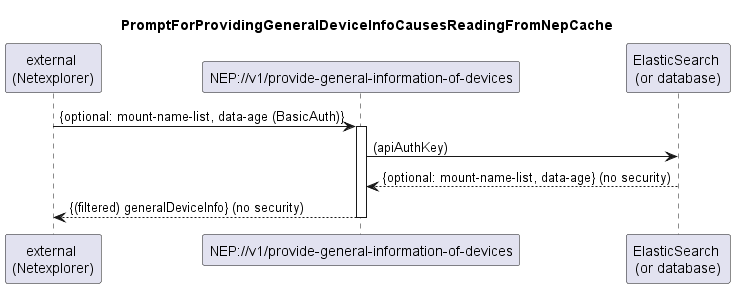
This is spec/diagrams/025_ProvideGeneralDeviceInfo.png from openBackhaul/NetExplorerProxy, a PlantUML export, as it was before one commit.
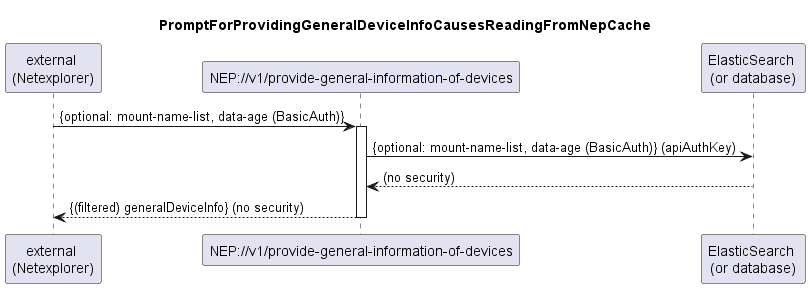
Above is the later version.

The edit, as a diff of the source:
```diff
@@ -10,8 +10,8 @@
 external -> nep: {optional: mount-name-list, data-age (BasicAuth)}
 activate nep
 
-nep -> db: (apiAuthKey)
-db --> nep: {optional: mount-name-list, data-age} (no security)
+nep -> db: {optional: mount-name-list, data-age (BasicAuth)} (apiAuthKey)
+db --> nep: (no security)
 
 nep --> external: {(filtered) generalDeviceInfo} (no security)
 
```
